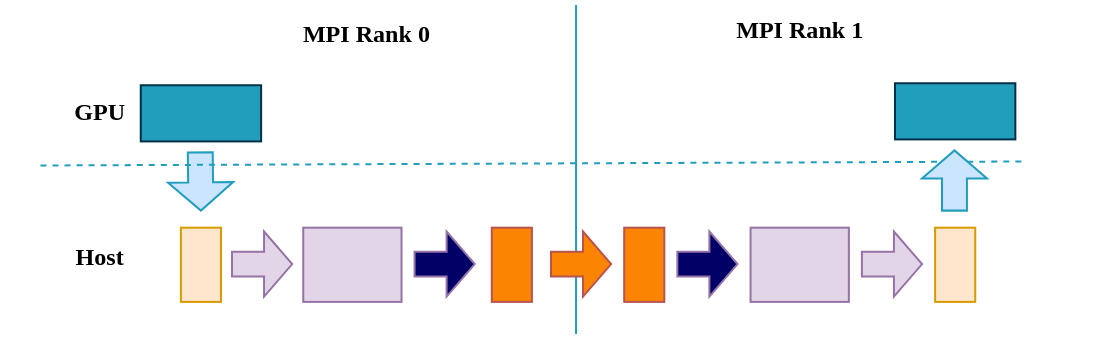
Before: img/ch-mpi-large-model/mpi-wo-gpu-direct.svg, a diagram exported from draw.io (godaai/scale-py-zh). Source tidied: cells renumbered, new cells last; positions are measured from the earlier drawing's top-left corner, leaving out a move shared by most shapes. Its diagram source:
```xml
<mxGraphModel>
  <root>
    <mxCell id="0" />
    <mxCell id="1" parent="0" />
    <mxCell id="2" style="rounded=0;whiteSpace=wrap;html=1;strokeColor=none;fillColor=none;" parent="1" vertex="1">
      <mxGeometry y="2" width="557" height="164" as="geometry" />
    </mxCell>
    <mxCell id="3" value="&lt;font face=&quot;Verdana&quot;&gt;&lt;b&gt;MPI Rank 0&lt;/b&gt;&lt;/font&gt;" style="text;html=1;align=center;verticalAlign=middle;whiteSpace=wrap;rounded=0;" parent="1" vertex="1">
      <mxGeometry x="138" y="2" width="88" height="30" as="geometry" />
    </mxCell>
    <mxCell id="4" value="&lt;font face=&quot;Verdana&quot;&gt;&lt;b&gt;MPI Rank 1&lt;/b&gt;&lt;/font&gt;" style="text;html=1;align=center;verticalAlign=middle;whiteSpace=wrap;rounded=0;" parent="1" vertex="1">
      <mxGeometry x="353.5" width="88" height="30" as="geometry" />
    </mxCell>
    <mxCell id="5" style="endArrow=none;html=1;rounded=0;strokeWidth=1;strokeColor=#219EBC;" parent="1" edge="1">
      <mxGeometry relative="1" as="geometry">
        <mxPoint x="286" y="166" as="sourcePoint" />
        <mxPoint x="286" y="2" as="targetPoint" />
      </mxGeometry>
    </mxCell>
    <mxCell id="6" style="rounded=0;whiteSpace=wrap;html=1;fillColor=#219EBC;strokeColor=#023047;" parent="1" vertex="1">
      <mxGeometry x="69" y="42" width="60" height="28" as="geometry" />
    </mxCell>
    <mxCell id="7" value="&lt;b&gt;&lt;font face=&quot;Verdana&quot;&gt;GPU&lt;/font&gt;&lt;/b&gt;" style="text;html=1;align=center;verticalAlign=middle;whiteSpace=wrap;rounded=0;" parent="1" vertex="1">
      <mxGeometry x="19" y="41" width="60" height="30" as="geometry" />
    </mxCell>
    <mxCell id="8" style="shape=flexArrow;endArrow=classic;html=1;rounded=0;width=12.413793103448276;endSize=4.344827586206897;endWidth=19.024970273483948;strokeColor=#219EBC;fillColor=#CCE5FF;" parent="1" edge="1">
      <mxGeometry relative="1" as="geometry">
        <mxPoint x="98.7" y="75" as="sourcePoint" />
        <mxPoint x="99" y="105" as="targetPoint" />
      </mxGeometry>
    </mxCell>
    <mxCell id="9" style="endArrow=none;dashed=1;html=1;rounded=0;strokeColor=#219EBC;" parent="1" edge="1">
      <mxGeometry relative="1" as="geometry">
        <mxPoint x="19" y="82" as="sourcePoint" />
        <mxPoint x="511" y="80" as="targetPoint" />
      </mxGeometry>
    </mxCell>
    <mxCell id="10" value="&lt;font face=&quot;Verdana&quot;&gt;&lt;b&gt;Host&lt;/b&gt;&lt;/font&gt;" style="text;html=1;align=center;verticalAlign=middle;whiteSpace=wrap;rounded=0;" parent="1" vertex="1">
      <mxGeometry x="19" y="113" width="60" height="30" as="geometry" />
    </mxCell>
    <mxCell id="11" style="rounded=0;whiteSpace=wrap;html=1;fillColor=#ffe6cc;strokeColor=#d79b00;" parent="1" vertex="1">
      <mxGeometry x="89" y="113" width="20" height="37" as="geometry" />
    </mxCell>
    <mxCell id="12" style="shape=flexArrow;endArrow=classic;html=1;rounded=0;width=12.413793103448276;endSize=4.344827586206897;endWidth=19.024970273483948;strokeColor=#9673a6;fillColor=#e1d5e7;" parent="1" edge="1">
      <mxGeometry relative="1" as="geometry">
        <mxPoint x="114" y="131.2" as="sourcePoint" />
        <mxPoint x="145" y="131.2" as="targetPoint" />
      </mxGeometry>
    </mxCell>
    <mxCell id="13" style="rounded=0;whiteSpace=wrap;html=1;fillColor=#e1d5e7;strokeColor=#9673a6;" parent="1" vertex="1">
      <mxGeometry x="150" y="113" width="49" height="37" as="geometry" />
    </mxCell>
    <mxCell id="14" style="shape=flexArrow;endArrow=classic;html=1;rounded=0;width=12.413793103448276;endSize=4.344827586206897;endWidth=19.024970273483948;strokeColor=#9673a6;fillColor=#000066;" parent="1" edge="1">
      <mxGeometry relative="1" as="geometry">
        <mxPoint x="205" y="131.2" as="sourcePoint" />
        <mxPoint x="236" y="131.2" as="targetPoint" />
      </mxGeometry>
    </mxCell>
    <mxCell id="15" style="rounded=0;whiteSpace=wrap;html=1;fillColor=#FB8402;strokeColor=#b85450;" parent="1" vertex="1">
      <mxGeometry x="244" y="113" width="20" height="37" as="geometry" />
    </mxCell>
    <mxCell id="16" style="shape=flexArrow;endArrow=classic;html=1;rounded=0;width=12.413793103448276;endSize=4.344827586206897;endWidth=19.024970273483948;strokeColor=#b85450;fillColor=#FB8402;" parent="1" edge="1">
      <mxGeometry relative="1" as="geometry">
        <mxPoint x="273" y="131.2" as="sourcePoint" />
        <mxPoint x="304" y="131.2" as="targetPoint" />
      </mxGeometry>
    </mxCell>
    <mxCell id="17" style="rounded=0;whiteSpace=wrap;html=1;fillColor=#FB8402;strokeColor=#b85450;" parent="1" vertex="1">
      <mxGeometry x="310" y="113" width="20" height="37" as="geometry" />
    </mxCell>
    <mxCell id="18" style="shape=flexArrow;endArrow=classic;html=1;rounded=0;width=12.413793103448276;endSize=4.344827586206897;endWidth=19.024970273483948;strokeColor=#9673a6;fillColor=#000066;" parent="1" edge="1">
      <mxGeometry relative="1" as="geometry">
        <mxPoint x="336" y="131.2" as="sourcePoint" />
        <mxPoint x="367" y="131.2" as="targetPoint" />
      </mxGeometry>
    </mxCell>
    <mxCell id="19" style="rounded=0;whiteSpace=wrap;html=1;fillColor=#e1d5e7;strokeColor=#9673a6;" parent="1" vertex="1">
      <mxGeometry x="373" y="113" width="49" height="37" as="geometry" />
    </mxCell>
    <mxCell id="20" style="shape=flexArrow;endArrow=classic;html=1;rounded=0;width=12.413793103448276;endSize=4.344827586206897;endWidth=19.024970273483948;strokeColor=#9673a6;fillColor=#e1d5e7;" parent="1" edge="1">
      <mxGeometry relative="1" as="geometry">
        <mxPoint x="428" y="131.2" as="sourcePoint" />
        <mxPoint x="459" y="131.2" as="targetPoint" />
      </mxGeometry>
    </mxCell>
    <mxCell id="21" style="rounded=0;whiteSpace=wrap;html=1;fillColor=#ffe6cc;strokeColor=#d79b00;" parent="1" vertex="1">
      <mxGeometry x="465" y="113" width="20" height="37" as="geometry" />
    </mxCell>
    <mxCell id="22" style="shape=flexArrow;endArrow=classic;html=1;rounded=0;width=12.413793103448276;endSize=4.344827586206897;endWidth=19.024970273483948;strokeColor=#219EBC;fillColor=#CCE5FF;" parent="1" edge="1">
      <mxGeometry relative="1" as="geometry">
        <mxPoint x="474.7" y="105" as="sourcePoint" />
        <mxPoint x="474.7" y="74" as="targetPoint" />
      </mxGeometry>
    </mxCell>
    <mxCell id="23" style="rounded=0;whiteSpace=wrap;html=1;fillColor=#219EBC;strokeColor=#023047;" parent="1" vertex="1">
      <mxGeometry x="445" y="41" width="60" height="28" as="geometry" />
    </mxCell>
  </root>
</mxGraphModel>
```
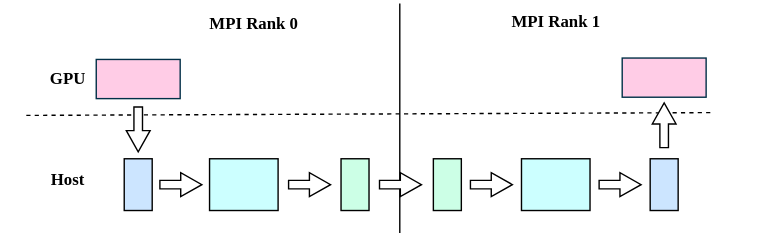
The same file after the commit.

What changed in the source:
```diff
@@ -5,95 +5,74 @@
     <mxCell id="2" style="rounded=0;whiteSpace=wrap;html=1;strokeColor=none;fillColor=none;" parent="1" vertex="1">
       <mxGeometry y="2" width="557" height="164" as="geometry" />
     </mxCell>
-    <mxCell id="3" value="&lt;font face=&quot;Verdana&quot;&gt;&lt;b&gt;MPI Rank 0&lt;/b&gt;&lt;/font&gt;" style="text;html=1;align=center;verticalAlign=middle;whiteSpace=wrap;rounded=0;" parent="1" vertex="1">
+    <mxCell id="3" value="&lt;font&gt;&lt;b&gt;MPI Rank 0&lt;/b&gt;&lt;/font&gt;" style="text;html=1;align=center;verticalAlign=middle;whiteSpace=wrap;rounded=0;fontFamily=Times New Roman;" parent="1" vertex="1">
       <mxGeometry x="138" y="2" width="88" height="30" as="geometry" />
     </mxCell>
-    <mxCell id="4" value="&lt;font face=&quot;Verdana&quot;&gt;&lt;b&gt;MPI Rank 1&lt;/b&gt;&lt;/font&gt;" style="text;html=1;align=center;verticalAlign=middle;whiteSpace=wrap;rounded=0;" parent="1" vertex="1">
+    <mxCell id="4" value="&lt;font&gt;&lt;b&gt;MPI Rank 1&lt;/b&gt;&lt;/font&gt;" style="text;html=1;align=center;verticalAlign=middle;whiteSpace=wrap;rounded=0;fontFamily=Times New Roman;" parent="1" vertex="1">
       <mxGeometry x="353.5" width="88" height="30" as="geometry" />
     </mxCell>
-    <mxCell id="5" style="endArrow=none;html=1;rounded=0;strokeWidth=1;strokeColor=#219EBC;" parent="1" edge="1">
+    <mxCell id="5" style="endArrow=none;html=1;rounded=0;strokeWidth=1;strokeColor=#000000;fontFamily=Times New Roman;fontColor=#000000;" parent="1" edge="1">
       <mxGeometry relative="1" as="geometry">
         <mxPoint x="286" y="166" as="sourcePoint" />
         <mxPoint x="286" y="2" as="targetPoint" />
       </mxGeometry>
     </mxCell>
-    <mxCell id="6" style="rounded=0;whiteSpace=wrap;html=1;fillColor=#219EBC;strokeColor=#023047;" parent="1" vertex="1">
+    <mxCell id="6" style="rounded=0;whiteSpace=wrap;html=1;fillColor=#FFCCE6;strokeColor=#023047;fontFamily=Times New Roman;fontColor=#99CCFF;" parent="1" vertex="1">
       <mxGeometry x="69" y="42" width="60" height="28" as="geometry" />
     </mxCell>
-    <mxCell id="7" value="&lt;b&gt;&lt;font face=&quot;Verdana&quot;&gt;GPU&lt;/font&gt;&lt;/b&gt;" style="text;html=1;align=center;verticalAlign=middle;whiteSpace=wrap;rounded=0;" parent="1" vertex="1">
+    <mxCell id="7" value="&lt;b&gt;&lt;font&gt;GPU&lt;/font&gt;&lt;/b&gt;" style="text;html=1;align=center;verticalAlign=middle;whiteSpace=wrap;rounded=0;fontFamily=Times New Roman;" parent="1" vertex="1">
       <mxGeometry x="19" y="41" width="60" height="30" as="geometry" />
     </mxCell>
-    <mxCell id="8" style="shape=flexArrow;endArrow=classic;html=1;rounded=0;width=12.413793103448276;endSize=4.344827586206897;endWidth=19.024970273483948;strokeColor=#219EBC;fillColor=#CCE5FF;" parent="1" edge="1">
-      <mxGeometry relative="1" as="geometry">
-        <mxPoint x="98.7" y="75" as="sourcePoint" />
-        <mxPoint x="99" y="105" as="targetPoint" />
-      </mxGeometry>
-    </mxCell>
-    <mxCell id="9" style="endArrow=none;dashed=1;html=1;rounded=0;strokeColor=#219EBC;" parent="1" edge="1">
+    <mxCell id="9" style="endArrow=none;dashed=1;html=1;rounded=0;strokeColor=#000000;fontFamily=Times New Roman;" parent="1" edge="1">
       <mxGeometry relative="1" as="geometry">
         <mxPoint x="19" y="82" as="sourcePoint" />
         <mxPoint x="511" y="80" as="targetPoint" />
       </mxGeometry>
     </mxCell>
-    <mxCell id="10" value="&lt;font face=&quot;Verdana&quot;&gt;&lt;b&gt;Host&lt;/b&gt;&lt;/font&gt;" style="text;html=1;align=center;verticalAlign=middle;whiteSpace=wrap;rounded=0;" parent="1" vertex="1">
+    <mxCell id="10" value="&lt;font&gt;&lt;b&gt;Host&lt;/b&gt;&lt;/font&gt;" style="text;html=1;align=center;verticalAlign=middle;whiteSpace=wrap;rounded=0;fontFamily=Times New Roman;" parent="1" vertex="1">
       <mxGeometry x="19" y="113" width="60" height="30" as="geometry" />
     </mxCell>
-    <mxCell id="11" style="rounded=0;whiteSpace=wrap;html=1;fillColor=#ffe6cc;strokeColor=#d79b00;" parent="1" vertex="1">
+    <mxCell id="11" style="rounded=0;whiteSpace=wrap;html=1;fillColor=#CCE5FF;strokeColor=#000000;fontFamily=Times New Roman;" parent="1" vertex="1">
       <mxGeometry x="89" y="113" width="20" height="37" as="geometry" />
     </mxCell>
-    <mxCell id="12" style="shape=flexArrow;endArrow=classic;html=1;rounded=0;width=12.413793103448276;endSize=4.344827586206897;endWidth=19.024970273483948;strokeColor=#9673a6;fillColor=#e1d5e7;" parent="1" edge="1">
-      <mxGeometry relative="1" as="geometry">
-        <mxPoint x="114" y="131.2" as="sourcePoint" />
-        <mxPoint x="145" y="131.2" as="targetPoint" />
-      </mxGeometry>
-    </mxCell>
-    <mxCell id="13" style="rounded=0;whiteSpace=wrap;html=1;fillColor=#e1d5e7;strokeColor=#9673a6;" parent="1" vertex="1">
+    <mxCell id="13" style="rounded=0;whiteSpace=wrap;html=1;fillColor=#CCFFFF;strokeColor=#000000;fontFamily=Times New Roman;" parent="1" vertex="1">
       <mxGeometry x="150" y="113" width="49" height="37" as="geometry" />
     </mxCell>
-    <mxCell id="14" style="shape=flexArrow;endArrow=classic;html=1;rounded=0;width=12.413793103448276;endSize=4.344827586206897;endWidth=19.024970273483948;strokeColor=#9673a6;fillColor=#000066;" parent="1" edge="1">
-      <mxGeometry relative="1" as="geometry">
-        <mxPoint x="205" y="131.2" as="sourcePoint" />
-        <mxPoint x="236" y="131.2" as="targetPoint" />
-      </mxGeometry>
-    </mxCell>
-    <mxCell id="15" style="rounded=0;whiteSpace=wrap;html=1;fillColor=#FB8402;strokeColor=#b85450;" parent="1" vertex="1">
+    <mxCell id="15" style="rounded=0;whiteSpace=wrap;html=1;fillColor=#CCFFE6;strokeColor=#000000;fontFamily=Times New Roman;" parent="1" vertex="1">
       <mxGeometry x="244" y="113" width="20" height="37" as="geometry" />
     </mxCell>
-    <mxCell id="16" style="shape=flexArrow;endArrow=classic;html=1;rounded=0;width=12.413793103448276;endSize=4.344827586206897;endWidth=19.024970273483948;strokeColor=#b85450;fillColor=#FB8402;" parent="1" edge="1">
-      <mxGeometry relative="1" as="geometry">
-        <mxPoint x="273" y="131.2" as="sourcePoint" />
-        <mxPoint x="304" y="131.2" as="targetPoint" />
-      </mxGeometry>
-    </mxCell>
-    <mxCell id="17" style="rounded=0;whiteSpace=wrap;html=1;fillColor=#FB8402;strokeColor=#b85450;" parent="1" vertex="1">
+    <mxCell id="17" style="rounded=0;whiteSpace=wrap;html=1;fillColor=#CCFFE6;strokeColor=#000000;fontFamily=Times New Roman;" parent="1" vertex="1">
       <mxGeometry x="310" y="113" width="20" height="37" as="geometry" />
     </mxCell>
-    <mxCell id="18" style="shape=flexArrow;endArrow=classic;html=1;rounded=0;width=12.413793103448276;endSize=4.344827586206897;endWidth=19.024970273483948;strokeColor=#9673a6;fillColor=#000066;" parent="1" edge="1">
-      <mxGeometry relative="1" as="geometry">
-        <mxPoint x="336" y="131.2" as="sourcePoint" />
-        <mxPoint x="367" y="131.2" as="targetPoint" />
-      </mxGeometry>
-    </mxCell>
-    <mxCell id="19" style="rounded=0;whiteSpace=wrap;html=1;fillColor=#e1d5e7;strokeColor=#9673a6;" parent="1" vertex="1">
+    <mxCell id="19" style="rounded=0;whiteSpace=wrap;html=1;fillColor=#CCFFFF;strokeColor=#000000;fontFamily=Times New Roman;" parent="1" vertex="1">
       <mxGeometry x="373" y="113" width="49" height="37" as="geometry" />
     </mxCell>
-    <mxCell id="20" style="shape=flexArrow;endArrow=classic;html=1;rounded=0;width=12.413793103448276;endSize=4.344827586206897;endWidth=19.024970273483948;strokeColor=#9673a6;fillColor=#e1d5e7;" parent="1" edge="1">
-      <mxGeometry relative="1" as="geometry">
-        <mxPoint x="428" y="131.2" as="sourcePoint" />
-        <mxPoint x="459" y="131.2" as="targetPoint" />
-      </mxGeometry>
-    </mxCell>
-    <mxCell id="21" style="rounded=0;whiteSpace=wrap;html=1;fillColor=#ffe6cc;strokeColor=#d79b00;" parent="1" vertex="1">
+    <mxCell id="21" style="rounded=0;whiteSpace=wrap;html=1;fillColor=#CCE5FF;strokeColor=#000000;fontFamily=Times New Roman;" parent="1" vertex="1">
       <mxGeometry x="465" y="113" width="20" height="37" as="geometry" />
     </mxCell>
-    <mxCell id="22" style="shape=flexArrow;endArrow=classic;html=1;rounded=0;width=12.413793103448276;endSize=4.344827586206897;endWidth=19.024970273483948;strokeColor=#219EBC;fillColor=#CCE5FF;" parent="1" edge="1">
-      <mxGeometry relative="1" as="geometry">
-        <mxPoint x="474.7" y="105" as="sourcePoint" />
-        <mxPoint x="474.7" y="74" as="targetPoint" />
-      </mxGeometry>
-    </mxCell>
-    <mxCell id="23" style="rounded=0;whiteSpace=wrap;html=1;fillColor=#219EBC;strokeColor=#023047;" parent="1" vertex="1">
+    <mxCell id="23" style="rounded=0;whiteSpace=wrap;html=1;fillColor=#FFCCE6;strokeColor=#023047;fontFamily=Times New Roman;" parent="1" vertex="1">
       <mxGeometry x="445" y="41" width="60" height="28" as="geometry" />
     </mxCell>
+    <mxCell id="24" style="html=1;shadow=0;dashed=0;align=center;verticalAlign=middle;shape=mxgraph.arrows2.arrow;dy=0.64;dx=15.11;direction=north;notch=0;fillColor=#FFFFFF;" parent="1" vertex="1">
+      <mxGeometry x="466.5" y="73" width="17" height="32" as="geometry" />
+    </mxCell>
+    <mxCell id="25" style="html=1;shadow=0;dashed=0;align=center;verticalAlign=middle;shape=mxgraph.arrows2.arrow;dy=0.64;dx=15.11;direction=north;notch=0;rotation=-180;fillColor=#FFFFFF;" parent="1" vertex="1">
+      <mxGeometry x="90.5" y="76" width="17" height="32" as="geometry" />
+    </mxCell>
+    <mxCell id="26" style="html=1;shadow=0;dashed=0;align=center;verticalAlign=middle;shape=mxgraph.arrows2.arrow;dy=0.64;dx=15.11;direction=north;notch=0;rotation=90;fillColor=#FFFFFF;" parent="1" vertex="1">
+      <mxGeometry x="121" y="116.5" width="17" height="30" as="geometry" />
+    </mxCell>
+    <mxCell id="27" style="html=1;shadow=0;dashed=0;align=center;verticalAlign=middle;shape=mxgraph.arrows2.arrow;dy=0.64;dx=15.11;direction=north;notch=0;rotation=90;fillColor=#FFFFFF;" parent="1" vertex="1">
+      <mxGeometry x="213" y="116.5" width="17" height="30" as="geometry" />
+    </mxCell>
+    <mxCell id="28" style="html=1;shadow=0;dashed=0;align=center;verticalAlign=middle;shape=mxgraph.arrows2.arrow;dy=0.64;dx=15.11;direction=north;notch=0;rotation=90;fillColor=#FFFFFF;" parent="1" vertex="1">
+      <mxGeometry x="278" y="116.5" width="17" height="30" as="geometry" />
+    </mxCell>
+    <mxCell id="29" style="html=1;shadow=0;dashed=0;align=center;verticalAlign=middle;shape=mxgraph.arrows2.arrow;dy=0.64;dx=15.11;direction=north;notch=0;rotation=90;fillColor=#FFFFFF;" parent="1" vertex="1">
+      <mxGeometry x="435" y="116.5" width="17" height="30" as="geometry" />
+    </mxCell>
+    <mxCell id="30" style="html=1;shadow=0;dashed=0;align=center;verticalAlign=middle;shape=mxgraph.arrows2.arrow;dy=0.64;dx=15.11;direction=north;notch=0;rotation=90;fillColor=#FFFFFF;" parent="1" vertex="1">
+      <mxGeometry x="343" y="116.5" width="17" height="30" as="geometry" />
+    </mxCell>
   </root>
 </mxGraphModel>
```
